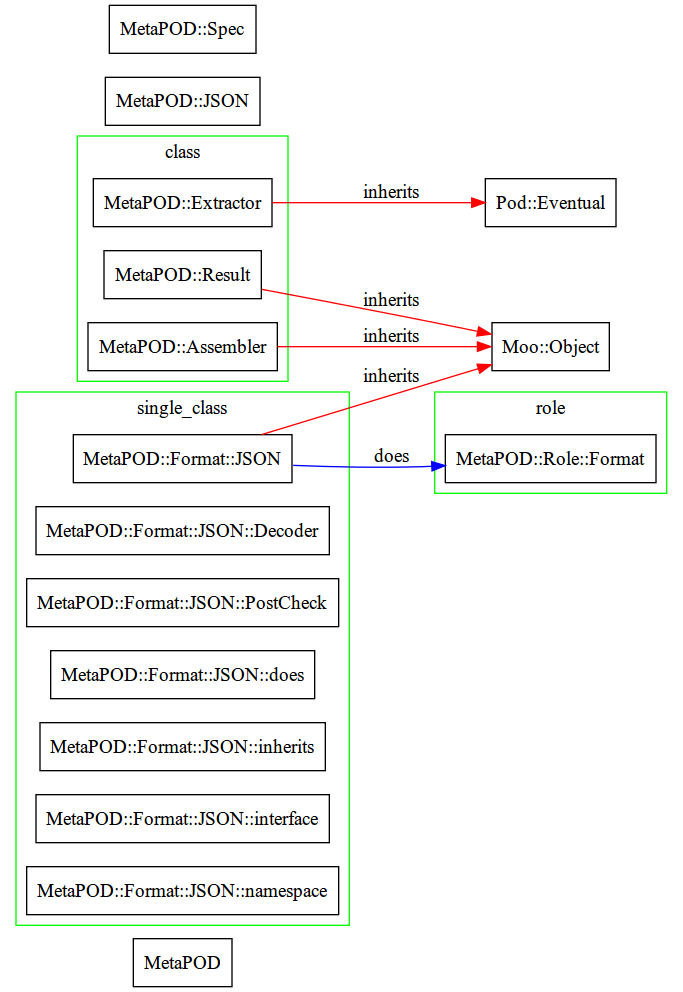
Before: examples/self_structure.png, a diagram exported from Graphviz (kentfredric/MetaPOD-Format-JSON). Its source is kept beside it as examples/self_structure.dot.
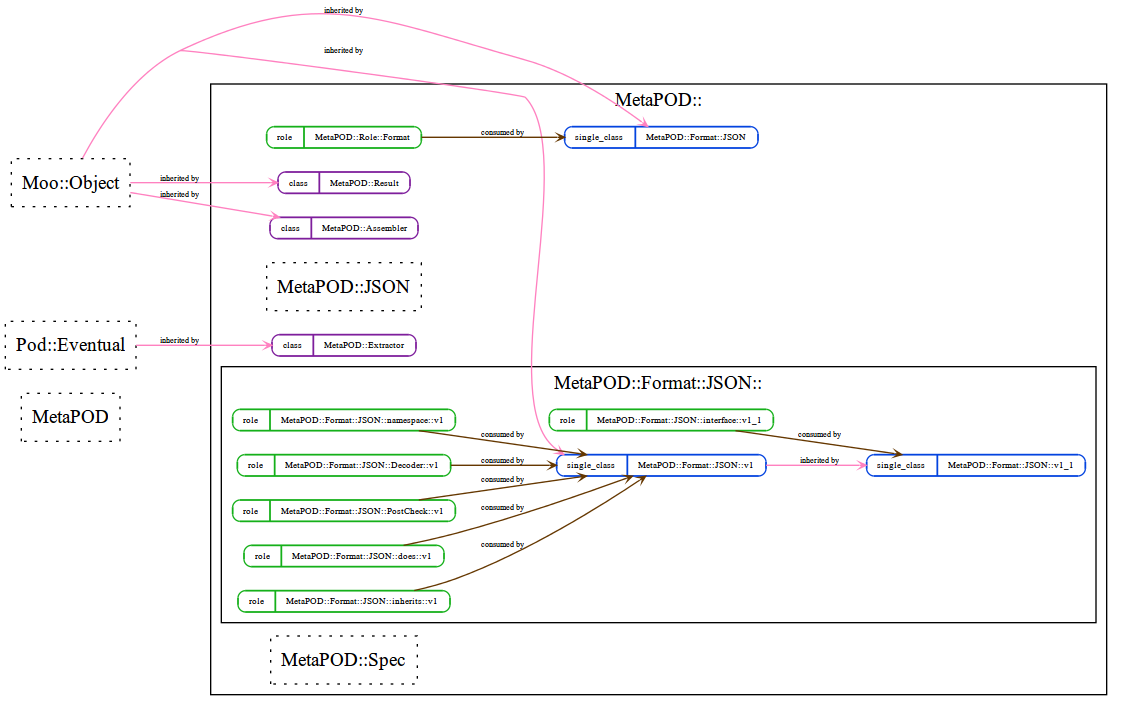
Above is the later version.

Change to the diagram source:
```diff
@@ -1,35 +1,47 @@
-digraph test {
-	rankdir=LR;
-	ratio="fill";
-	node [shape="box"];
-	MetaPOD [label="MetaPOD"];
-	node2 [label="Moo::Object"];
-	node4 [label="Pod::Eventual"];
-	node5 [label="MetaPOD::JSON"];
-	node7 [label="MetaPOD::Spec"];
-	node1 -> node2 [color="red", dir="forward", label="inherits"];
-	node3 -> node4 [color="red", dir="forward", label="inherits"];
-	node8 -> node9 [color="blue", dir="forward", label="does"];
-	node8 -> node2 [color="red", dir="forward", label="inherits"];
-	node6 -> node2 [color="red", dir="forward", label="inherits"];
-	subgraph cluster_class {
-		color="green"; label="class";
-		node1 [label="MetaPOD::Assembler"];
-		node3 [label="MetaPOD::Extractor"];
-		node6 [label="MetaPOD::Result"];
+graph Perl {
+	graph [compound=1, concentrate=1, mindist="0.1", rankdir=LR, sep="0.1", smoothing=triangle, splines=spline];
+	node [label="\N", shape=record, style=dotted];
+	edge [minlen=1];
+	subgraph cluster_1 {
+		graph [rankdir=TD,
+			label="MetaPOD::"];
+		subgraph cluster_2 {
+			graph [label="MetaPOD::Format::JSON::"];
+			"MetaPOD::Format::JSON::Decoder::v1" [label="{{<port1> role}|<port2> MetaPOD::Format::JSON::Decoder::v1}", shape=Mrecord, style=solid, color="#15b01a", fontsize=7, height="0.1"];
+			"MetaPOD::Format::JSON::PostCheck::v1" [label="{{<port1> role}|<port2> MetaPOD::Format::JSON::PostCheck::v1}", shape=Mrecord, style=solid, color="#15b01a", fontsize=7, height="0.1"];
+			"MetaPOD::Format::JSON::does::v1" [label="{{<port1> role}|<port2> MetaPOD::Format::JSON::does::v1}", shape=Mrecord, style=solid, color="#15b01a", fontsize=7, height="0.1"];
+			"MetaPOD::Format::JSON::inherits::v1" [label="{{<port1> role}|<port2> MetaPOD::Format::JSON::inherits::v1}", shape=Mrecord, style=solid, color="#15b01a", fontsize=7, height="0.1"];
+			"MetaPOD::Format::JSON::interface::v1_1" [label="{{<port1> role}|<port2> MetaPOD::Format::JSON::interface::v1_1}", shape=Mrecord, style=solid, color="#15b01a", fontsize=7, height="0.1"];
+			"MetaPOD::Format::JSON::namespace::v1" [label="{{<port1> role}|<port2> MetaPOD::Format::JSON::namespace::v1}", shape=Mrecord, style=solid, color="#15b01a", fontsize=7, height="0.1"];
+			"MetaPOD::Format::JSON::v1" [label="{{<port1> single_class}|<port2> MetaPOD::Format::JSON::v1}", shape=Mrecord, style=solid, color="#0343df", fontsize=7, height="0.1"];
+			"MetaPOD::Format::JSON::v1_1" [label="{{<port1> single_class}|<port2> MetaPOD::Format::JSON::v1_1}", shape=Mrecord, style=solid, color="#0343df", fontsize=7, height="0.1"];
+			"MetaPOD::Format::JSON::Decoder::v1" -- "MetaPOD::Format::JSON::v1" [arrowhead=open, arrowsize="0.5", color="#653700", dir=forward, fontsize=6, headclip=1, label="consumed by", tailclip=1, weight=1];
+			"MetaPOD::Format::JSON::PostCheck::v1" -- "MetaPOD::Format::JSON::v1" [arrowhead=open, arrowsize="0.5", color="#653700", dir=forward, fontsize=6, headclip=1, label="consumed by", tailclip=1, weight=1];
+			"MetaPOD::Format::JSON::does::v1" -- "MetaPOD::Format::JSON::v1" [arrowhead=open, arrowsize="0.5", color="#653700", dir=forward, fontsize=6, headclip=1, label="consumed by", tailclip=1, weight=1];
+			"MetaPOD::Format::JSON::inherits::v1" -- "MetaPOD::Format::JSON::v1" [arrowhead=open, arrowsize="0.5", color="#653700", dir=forward, fontsize=6, headclip=1, label="consumed by", tailclip=1, weight=1];
+			"MetaPOD::Format::JSON::namespace::v1" -- "MetaPOD::Format::JSON::v1" [arrowhead=open, arrowsize="0.5", color="#653700", dir=forward, fontsize=6, headclip=1, label="consumed by", tailclip=1, weight=1];
+			"MetaPOD::Format::JSON::v1" -- "MetaPOD::Format::JSON::v1_1" [arrowhead=open, arrowsize="0.5", color="#ff81c0", dir=forward, fontsize=6, headclip=1, label="inherited by", tailclip=1, weight=100];
+			"MetaPOD::Format::JSON::interface::v1_1" -- "MetaPOD::Format::JSON::v1_1" [arrowhead=open, arrowsize="0.5", color="#653700", dir=forward, fontsize=6, headclip=1, label="consumed by", tailclip=1, weight=1];
+		}
+		"MetaPOD::Assembler" [label="{{<port1> class}|<port2> MetaPOD::Assembler}", shape=Mrecord, style=solid, color="#7e1e9c", fontsize=7, height="0.1"];
+		"MetaPOD::Extractor" [label="{{<port1> class}|<port2> MetaPOD::Extractor}", shape=Mrecord, style=solid, color="#7e1e9c", fontsize=7, height="0.1"];
+		"MetaPOD::Format::JSON" [label="{{<port1> single_class}|<port2> MetaPOD::Format::JSON}", shape=Mrecord, style=solid, color="#0343df", fontsize=7, height="0.1"];
+		"MetaPOD::JSON" [label="<port1> MetaPOD::JSON"];
+		"MetaPOD::Result" [label="{{<port1> class}|<port2> MetaPOD::Result}", shape=Mrecord, style=solid, color="#7e1e9c", fontsize=7, height="0.1"];
+		"MetaPOD::Role::Format" [label="{{<port1> role}|<port2> MetaPOD::Role::Format}", shape=Mrecord, style=solid, color="#15b01a", fontsize=7, height="0.1"];
+		"MetaPOD::Spec" [label="<port1> MetaPOD::Spec"];
+		"MetaPOD::Role::Format" -- "MetaPOD::Format::JSON" [arrowhead=open, arrowsize="0.5", color="#653700", dir=forward, fontsize=6, headclip=1, label="consumed by", tailclip=1, weight=1];
 	}
-	subgraph cluster_single_class {
-		color="green"; label="single_class";
-		node8 [label="MetaPOD::Format::JSON"];
-		node10 [label="MetaPOD::Format::JSON::Decoder"];
-		node11 [label="MetaPOD::Format::JSON::PostCheck"];
-		node12 [label="MetaPOD::Format::JSON::does"];
-		node13 [label="MetaPOD::Format::JSON::inherits"];
-		node14 [label="MetaPOD::Format::JSON::interface"];
-		node15 [label="MetaPOD::Format::JSON::namespace"];
+	subgraph cluster_3 {
+		graph [rankdir=TD,
+			label="MetaPOD::Format::JSON::"];
 	}
-	subgraph cluster_role {
-		color="green"; label="role";
-		node9 [label="MetaPOD::Role::Format"];
-	}
+	MetaPOD [label="<port1> MetaPOD"];
+	"Moo::Object" [label="<port1> Moo::Object"];
+	"Pod::Eventual" [label="<port1> Pod::Eventual"];
+	"Moo::Object" -- "MetaPOD::Assembler" [arrowhead=open, arrowsize="0.5", color="#ff81c0", dir=forward, fontsize=6, headclip=1, label="inherited by", tailclip=1, weight=100];
+	"Pod::Eventual" -- "MetaPOD::Extractor" [arrowhead=open, arrowsize="0.5", color="#ff81c0", dir=forward, fontsize=6, headclip=1, label="inherited by", tailclip=1, weight=100];
+	"Moo::Object" -- "MetaPOD::Result" [arrowhead=open, arrowsize="0.5", color="#ff81c0", dir=forward, fontsize=6, headclip=1, label="inherited by", tailclip=1, weight=100];
+	"Moo::Object" -- "MetaPOD::Format::JSON" [arrowhead=open, arrowsize="0.5", color="#ff81c0", dir=forward, fontsize=6, headclip=1, label="inherited by", tailclip=1, weight=100];
+	"Moo::Object" -- "MetaPOD::Format::JSON::v1" [arrowhead=open, arrowsize="0.5", color="#ff81c0", dir=forward, fontsize=6, headclip=1, label="inherited by", tailclip=1, weight=100];
 }
```
